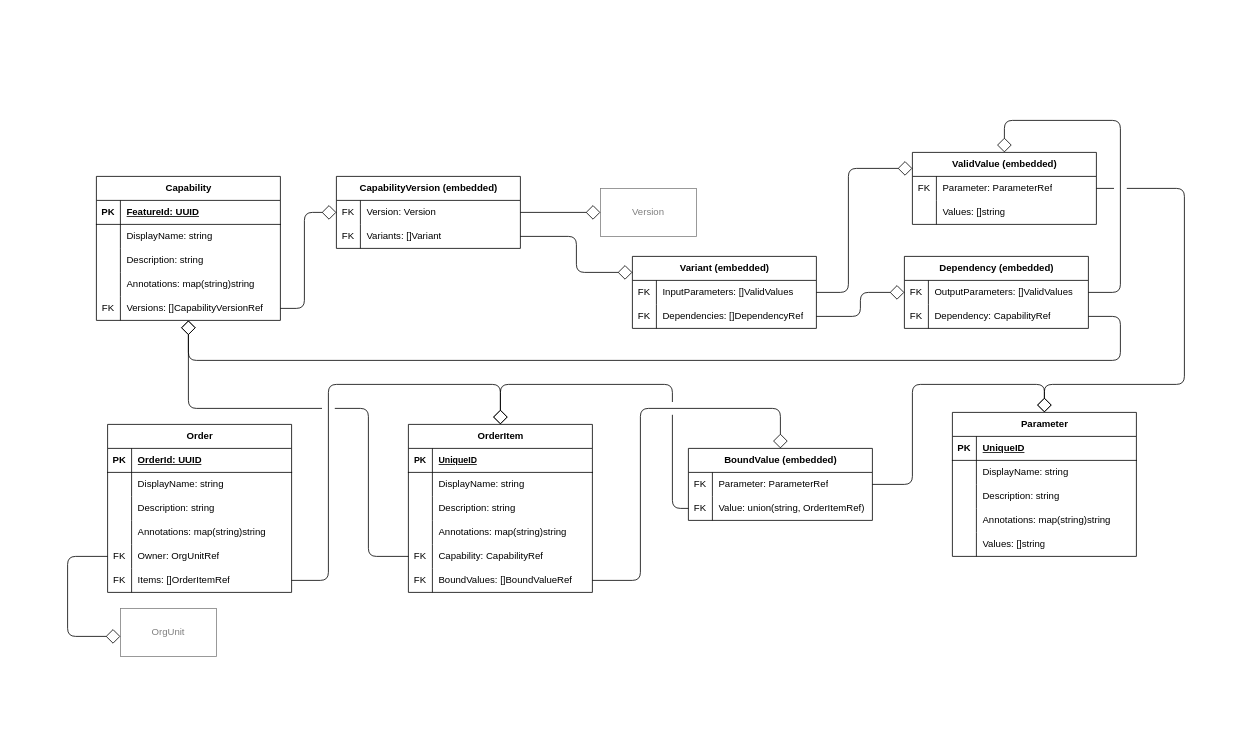
Earlier version of the draw.io diagram page "P3: Capabilities" (5 of 10) of content/docs/example-mapping/images/entities.drawio (emeland-io/book). Source tidied: cells renumbered, new cells numbered last; positions are measured from the earlier drawing's top-left corner, leaving out a move shared by most shapes. Both pictures are drawn from the tidied source at 80%, with x=0, y=0 at pixel (67, 120).
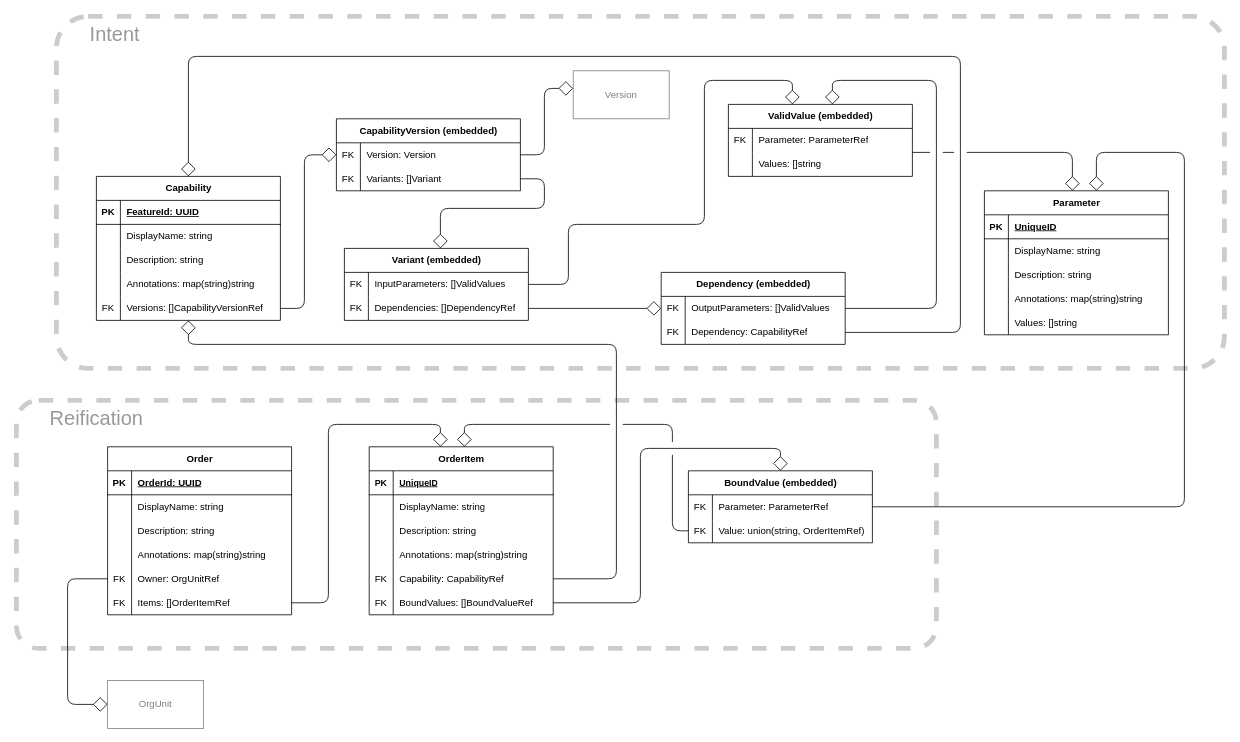
The same diagram, later.

Unchanged cells that the change refers to:
```xml
<mxCell id="2" value="Capability" style="shape=table;startSize=30;childLayout=tableLayout;rowLines=0;fontStyle=1;align=center;html=1;" parent="1" vertex="1">
  <mxGeometry x="36" y="70" width="230" height="180" as="geometry" />
</mxCell>
<mxCell id="15" style="shape=tableRow;horizontal=0;startSize=0;swimlaneHead=0;swimlaneBody=0;fillColor=none;points=[[0,0.5],[1,0.5]];portConstraint=eastwest;top=0;left=0;right=0;bottom=0;" parent="2" vertex="1">
  <mxGeometry y="150" width="230" height="30" as="geometry" />
</mxCell>
<mxCell id="35" style="shape=tableRow;horizontal=0;startSize=0;swimlaneHead=0;swimlaneBody=0;fillColor=none;points=[[0,0.5],[1,0.5]];portConstraint=eastwest;top=0;left=0;right=0;bottom=0;" parent="34" vertex="1">
  <mxGeometry y="30" width="230" height="30" as="geometry" />
</mxCell>
<mxCell id="38" style="shape=tableRow;horizontal=0;startSize=0;swimlaneHead=0;swimlaneBody=0;fillColor=none;points=[[0,0.5],[1,0.5]];portConstraint=eastwest;top=0;left=0;right=0;bottom=0;" parent="34" vertex="1">
  <mxGeometry y="60" width="230" height="30" as="geometry" />
</mxCell>
<mxCell id="42" style="shape=tableRow;horizontal=0;startSize=0;swimlaneHead=0;swimlaneBody=0;fillColor=none;points=[[0,0.5],[1,0.5]];portConstraint=eastwest;top=0;left=0;right=0;bottom=0;" parent="41" vertex="1">
  <mxGeometry y="30" width="230" height="30" as="geometry" />
</mxCell>
<mxCell id="52" style="shape=tableRow;horizontal=0;startSize=0;swimlaneHead=0;swimlaneBody=0;fillColor=none;points=[[0,0.5],[1,0.5]];portConstraint=eastwest;top=0;left=0;right=0;bottom=0;" parent="51" vertex="1">
  <mxGeometry y="30" width="230" height="30" as="geometry" />
</mxCell>
<mxCell id="60" style="shape=tableRow;horizontal=0;startSize=0;swimlaneHead=0;swimlaneBody=0;fillColor=none;points=[[0,0.5],[1,0.5]];portConstraint=eastwest;top=0;left=0;right=0;bottom=0;" parent="59" vertex="1">
  <mxGeometry y="30" width="230" height="30" as="geometry" />
</mxCell>
<mxCell id="63" style="shape=tableRow;horizontal=0;startSize=0;swimlaneHead=0;swimlaneBody=0;fillColor=none;points=[[0,0.5],[1,0.5]];portConstraint=eastwest;top=0;left=0;right=0;bottom=0;" parent="59" vertex="1">
  <mxGeometry y="60" width="230" height="30" as="geometry" />
</mxCell>
<mxCell id="90" style="shape=tableRow;horizontal=0;startSize=0;swimlaneHead=0;swimlaneBody=0;fillColor=none;points=[[0,0.5],[1,0.5]];portConstraint=eastwest;top=0;left=0;right=0;bottom=0;" parent="77" vertex="1">
  <mxGeometry y="150" width="230" height="30" as="geometry" />
</mxCell>
<mxCell id="93" style="shape=tableRow;horizontal=0;startSize=0;swimlaneHead=0;swimlaneBody=0;fillColor=none;points=[[0,0.5],[1,0.5]];portConstraint=eastwest;top=0;left=0;right=0;bottom=0;" parent="77" vertex="1">
  <mxGeometry y="180" width="230" height="30" as="geometry" />
</mxCell>
<mxCell id="110" style="shape=tableRow;horizontal=0;startSize=0;swimlaneHead=0;swimlaneBody=0;fillColor=none;points=[[0,0.5],[1,0.5]];portConstraint=eastwest;top=0;left=0;right=0;bottom=0;" parent="97" vertex="1">
  <mxGeometry y="150" width="230" height="30" as="geometry" />
</mxCell>
<mxCell id="113" style="shape=tableRow;horizontal=0;startSize=0;swimlaneHead=0;swimlaneBody=0;fillColor=none;points=[[0,0.5],[1,0.5]];portConstraint=eastwest;top=0;left=0;right=0;bottom=0;" parent="97" vertex="1">
  <mxGeometry y="180" width="230" height="30" as="geometry" />
</mxCell>
```

Change to the diagram source:
```diff
@@
+    <mxCell id="123" value="&lt;font style=&quot;font-size: 25px;&quot;&gt;Reification&lt;/font&gt;" style="rounded=1;whiteSpace=wrap;html=1;strokeColor=default;fillColor=none;dashed=1;strokeWidth=6;opacity=20;align=left;verticalAlign=top;spacingLeft=40;arcSize=9;labelBorderColor=none;textOpacity=40;" parent="1" vertex="1">
+      <mxGeometry x="-64" y="350" width="1150" height="310" as="geometry" />
+    </mxCell>
@@
     <mxCell id="18" value="Parameter" style="shape=table;startSize=30;childLayout=tableLayout;rowLines=0;fontStyle=1;align=center;html=1;" parent="1" vertex="1">
-      <mxGeometry x="1106" y="365" width="230" height="180" as="geometry" />
+      <mxGeometry x="1146" y="88" width="230" height="180" as="geometry" />
     </mxCell>
@@
     <mxCell id="34" value="CapabilityVersion (embedded)" style="shape=table;startSize=30;childLayout=tableLayout;rowLines=0;fontStyle=1;align=center;html=1;" parent="1" vertex="1">
-      <mxGeometry x="336" y="70" width="230" height="90" as="geometry" />
+      <mxGeometry x="336" y="-2" width="230" height="90" as="geometry" />
     </mxCell>
@@
     <mxCell id="41" value="Variant (embedded)" style="shape=table;startSize=30;childLayout=tableLayout;rowLines=0;fontStyle=1;align=center;html=1;" parent="1" vertex="1">
-      <mxGeometry x="706" y="170" width="230" height="90" as="geometry" />
+      <mxGeometry x="346" y="160" width="230" height="90" as="geometry" />
     </mxCell>
@@
     <mxCell id="48" style="edgeStyle=orthogonalEdgeStyle;html=1;endArrow=diamond;endFill=0;endSize=16;startSize=16;jumpSize=16;jumpStyle=gap;" parent="1" edge="1" source="35" target="122">
-      <mxGeometry relative="1" as="geometry" />
+      <mxGeometry relative="1" as="geometry">
+        <Array as="points">
+          <mxPoint x="596" y="43" />
+          <mxPoint x="596" y="-40" />
+        </Array>
+      </mxGeometry>
     </mxCell>
     <mxCell id="49" style="edgeStyle=orthogonalEdgeStyle;shape=connector;rounded=1;jumpStyle=gap;jumpSize=16;html=1;strokeColor=default;align=center;verticalAlign=middle;fontFamily=Helvetica;fontSize=11;fontColor=default;labelBackgroundColor=default;startSize=16;endArrow=diamond;endFill=0;endSize=16;" parent="1" edge="1" source="15" target="34">
       <mxGeometry relative="1" as="geometry">
         <Array as="points">
           <mxPoint x="296" y="235" />
-          <mxPoint x="296" y="115" />
+          <mxPoint x="296" y="43" />
         </Array>
       </mxGeometry>
     </mxCell>
     <mxCell id="50" style="edgeStyle=orthogonalEdgeStyle;shape=connector;rounded=1;jumpStyle=gap;jumpSize=16;html=1;strokeColor=default;align=center;verticalAlign=middle;fontFamily=Helvetica;fontSize=11;fontColor=default;labelBackgroundColor=default;startSize=16;endArrow=diamond;endFill=0;endSize=16;" parent="1" edge="1" source="38" target="41">
       <mxGeometry relative="1" as="geometry">
         <Array as="points">
-          <mxPoint x="636" y="145" />
-          <mxPoint x="636" y="190" />
+          <mxPoint x="596" y="73" />
+          <mxPoint x="596" y="110" />
+          <mxPoint x="466" y="110" />
         </Array>
       </mxGeometry>
     </mxCell>
     <mxCell id="51" value="ValidValue (embedded)" style="shape=table;startSize=30;childLayout=tableLayout;rowLines=0;fontStyle=1;align=center;html=1;" parent="1" vertex="1">
-      <mxGeometry x="1056" y="40" width="230" height="90" as="geometry" />
+      <mxGeometry x="826" y="-20" width="230" height="90" as="geometry" />
     </mxCell>
@@
     <mxCell id="58" style="edgeStyle=orthogonalEdgeStyle;shape=connector;rounded=1;jumpStyle=gap;jumpSize=16;html=1;strokeColor=default;align=center;verticalAlign=middle;fontFamily=Helvetica;fontSize=11;fontColor=default;labelBackgroundColor=default;startSize=16;endArrow=diamond;endFill=0;endSize=16;" parent="1" edge="1" source="42" target="51">
       <mxGeometry relative="1" as="geometry">
         <Array as="points">
-          <mxPoint x="976" y="215" />
-          <mxPoint x="976" y="60" />
+          <mxPoint x="626" y="205" />
+          <mxPoint x="626" y="130" />
+          <mxPoint x="796" y="130" />
+          <mxPoint x="796" y="-50" />
+          <mxPoint x="906" y="-50" />
         </Array>
       </mxGeometry>
     </mxCell>
     <mxCell id="59" value="Dependency (embedded)" style="shape=table;startSize=30;childLayout=tableLayout;rowLines=0;fontStyle=1;align=center;html=1;" parent="1" vertex="1">
-      <mxGeometry x="1046" y="170" width="230" height="90" as="geometry" />
+      <mxGeometry x="742" y="190" width="230" height="90" as="geometry" />
     </mxCell>
@@
     <mxCell id="66" style="edgeStyle=orthogonalEdgeStyle;shape=connector;rounded=1;jumpStyle=gap;jumpSize=16;html=1;strokeColor=default;align=center;verticalAlign=middle;fontFamily=Helvetica;fontSize=11;fontColor=default;labelBackgroundColor=default;startSize=16;endArrow=diamond;endFill=0;endSize=16;" parent="1" edge="1" source="63" target="2">
       <mxGeometry relative="1" as="geometry">
         <Array as="points">
-          <mxPoint x="1316" y="245" />
-          <mxPoint x="1316" y="300" />
-          <mxPoint x="151" y="300" />
+          <mxPoint x="1116" y="265" />
+          <mxPoint x="1116" y="-80" />
+          <mxPoint x="151" y="-80" />
         </Array>
       </mxGeometry>
     </mxCell>
@@
     <mxCell id="68" style="edgeStyle=orthogonalEdgeStyle;shape=connector;rounded=1;jumpStyle=gap;jumpSize=16;html=1;strokeColor=default;align=center;verticalAlign=middle;fontFamily=Helvetica;fontSize=11;fontColor=default;labelBackgroundColor=default;startSize=16;endArrow=diamond;endFill=0;endSize=16;" parent="1" edge="1" source="60" target="51">
       <mxGeometry relative="1" as="geometry">
         <Array as="points">
-          <mxPoint x="1316" y="215" />
-          <mxPoint x="1316" />
-          <mxPoint x="1171" />
+          <mxPoint x="1086" y="235" />
+          <mxPoint x="1086" y="-50" />
+          <mxPoint x="956" y="-50" />
         </Array>
       </mxGeometry>
     </mxCell>
     <mxCell id="69" style="edgeStyle=orthogonalEdgeStyle;shape=connector;rounded=1;jumpStyle=gap;jumpSize=16;html=1;strokeColor=default;align=center;verticalAlign=middle;fontFamily=Helvetica;fontSize=11;fontColor=default;labelBackgroundColor=default;startSize=16;endArrow=diamond;endFill=0;endSize=16;" parent="1" edge="1" source="52" target="18">
       <mxGeometry relative="1" as="geometry">
         <Array as="points">
-          <mxPoint x="1396" y="85" />
-          <mxPoint x="1396" y="330" />
-          <mxPoint x="1221" y="330" />
+          <mxPoint x="1256" y="40" />
         </Array>
       </mxGeometry>
     </mxCell>
     <mxCell id="70" value="BoundValue (embedded)" style="shape=table;startSize=30;childLayout=tableLayout;rowLines=0;fontStyle=1;align=center;html=1;" parent="1" vertex="1">
-      <mxGeometry x="776" y="410" width="230" height="90" as="geometry" />
+      <mxGeometry x="776" y="438" width="230" height="90" as="geometry" />
     </mxCell>
     <mxCell id="71" style="shape=tableRow;horizontal=0;startSize=0;swimlaneHead=0;swimlaneBody=0;fillColor=none;points=[[0,0.5],[1,0.5]];portConstraint=eastwest;top=0;left=0;right=0;bottom=0;" parent="70" vertex="1">
-      <mxGeometry y="30" width="230" height="30" as="geometry" />
+      <mxGeometry y="30" width="230" height="32" as="geometry" />
     </mxCell>
     <mxCell id="72" value="FK" style="shape=partialRectangle;fillColor=none;top=0;left=0;bottom=0;right=0;overflow=hidden;whiteSpace=wrap;html=1;" parent="71" vertex="1">
-      <mxGeometry width="30" height="30" as="geometry" />
+      <mxGeometry width="30" height="32" as="geometry" />
     </mxCell>
     <mxCell id="73" value="Parameter: ParameterRef" style="shape=partialRectangle;fillColor=none;top=0;left=0;bottom=0;right=0;align=left;spacingLeft=6;overflow=hidden;whiteSpace=wrap;html=1;" parent="71" vertex="1">
-      <mxGeometry x="30" width="200" height="30" as="geometry" />
+      <mxGeometry x="30" width="200" height="32" as="geometry" />
     </mxCell>
     <mxCell id="74" style="shape=tableRow;horizontal=0;startSize=0;swimlaneHead=0;swimlaneBody=0;fillColor=none;points=[[0,0.5],[1,0.5]];portConstraint=eastwest;top=0;left=0;right=0;bottom=0;" parent="70" vertex="1">
-      <mxGeometry y="60" width="230" height="30" as="geometry" />
+      <mxGeometry y="62" width="230" height="28" as="geometry" />
     </mxCell>
     <mxCell id="75" value="FK" style="shape=partialRectangle;fillColor=none;top=0;left=0;bottom=0;right=0;overflow=hidden;whiteSpace=wrap;html=1;" parent="74" vertex="1">
-      <mxGeometry width="30" height="30" as="geometry" />
+      <mxGeometry width="30" height="28" as="geometry" />
     </mxCell>
     <mxCell id="76" value="Value: union(string, OrderItemRef)" style="shape=partialRectangle;fillColor=none;top=0;left=0;bottom=0;right=0;align=left;spacingLeft=6;overflow=hidden;whiteSpace=wrap;html=1;" parent="74" vertex="1">
-      <mxGeometry x="30" width="200" height="30" as="geometry" />
+      <mxGeometry x="30" width="200" height="28" as="geometry" />
     </mxCell>
     <mxCell id="77" value="Order" style="shape=table;startSize=30;childLayout=tableLayout;rowLines=0;fontStyle=1;align=center;html=1;" parent="1" vertex="1">
-      <mxGeometry x="50" y="380" width="230" height="210" as="geometry" />
+      <mxGeometry x="50" y="408" width="230" height="210" as="geometry" />
     </mxCell>
@@
     <mxCell id="96" style="edgeStyle=orthogonalEdgeStyle;shape=connector;rounded=1;jumpStyle=gap;jumpSize=16;html=1;strokeColor=default;align=center;verticalAlign=middle;fontFamily=Helvetica;fontSize=11;fontColor=default;labelBackgroundColor=default;startSize=16;endArrow=diamond;endFill=0;endSize=16;" parent="1" edge="1" source="90" target="121">
       <mxGeometry relative="1" as="geometry">
         <Array as="points">
-          <mxPoint y="545" />
-          <mxPoint y="645" />
+          <mxPoint y="573" />
+          <mxPoint y="730" />
         </Array>
       </mxGeometry>
     </mxCell>
     <mxCell id="97" value="OrderItem" style="shape=table;startSize=30;childLayout=tableLayout;rowLines=0;fontStyle=1;align=center;html=1;" parent="1" vertex="1">
-      <mxGeometry x="426" y="380" width="230" height="210" as="geometry" />
+      <mxGeometry x="377" y="408" width="230" height="210" as="geometry" />
     </mxCell>
@@
     <mxCell id="116" style="edgeStyle=orthogonalEdgeStyle;shape=connector;rounded=1;jumpStyle=gap;jumpSize=16;html=1;strokeColor=default;align=center;verticalAlign=middle;fontFamily=Helvetica;fontSize=11;fontColor=default;labelBackgroundColor=default;startSize=16;endArrow=diamond;endFill=0;endSize=16;" parent="1" edge="1" source="93" target="97">
       <mxGeometry relative="1" as="geometry">
         <Array as="points">
-          <mxPoint x="326" y="575" />
-          <mxPoint x="326" y="330" />
-          <mxPoint x="541" y="330" />
+          <mxPoint x="326" y="603" />
+          <mxPoint x="326" y="380" />
+          <mxPoint x="466" y="380" />
         </Array>
       </mxGeometry>
     </mxCell>
     <mxCell id="117" style="edgeStyle=orthogonalEdgeStyle;shape=connector;rounded=1;jumpStyle=gap;jumpSize=16;html=1;strokeColor=default;align=center;verticalAlign=middle;fontFamily=Helvetica;fontSize=11;fontColor=default;labelBackgroundColor=default;startSize=16;endArrow=diamond;endFill=0;endSize=16;" parent="1" edge="1" source="110" target="2">
       <mxGeometry relative="1" as="geometry">
         <Array as="points">
-          <mxPoint x="376" y="545" />
-          <mxPoint x="376" y="360" />
-          <mxPoint x="151" y="360" />
+          <mxPoint x="686" y="573" />
+          <mxPoint x="686" y="280" />
+          <mxPoint x="151" y="280" />
         </Array>
       </mxGeometry>
     </mxCell>
     <mxCell id="118" style="edgeStyle=orthogonalEdgeStyle;shape=connector;rounded=1;jumpStyle=gap;jumpSize=16;html=1;strokeColor=default;align=center;verticalAlign=middle;fontFamily=Helvetica;fontSize=11;fontColor=default;labelBackgroundColor=default;startSize=16;endArrow=diamond;endFill=0;endSize=16;" parent="1" edge="1" source="71" target="18">
       <mxGeometry relative="1" as="geometry">
         <Array as="points">
-          <mxPoint x="1056" y="455" />
-          <mxPoint x="1056" y="330" />
-          <mxPoint x="1221" y="330" />
+          <mxPoint x="1396" y="483" />
+          <mxPoint x="1396" y="40" />
+          <mxPoint x="1286" y="40" />
         </Array>
       </mxGeometry>
     </mxCell>
     <mxCell id="119" style="edgeStyle=orthogonalEdgeStyle;shape=connector;rounded=1;jumpStyle=gap;jumpSize=16;html=1;strokeColor=default;align=center;verticalAlign=middle;fontFamily=Helvetica;fontSize=11;fontColor=default;labelBackgroundColor=default;startSize=16;endArrow=diamond;endFill=0;endSize=16;" parent="1" edge="1" source="113" target="70">
       <mxGeometry relative="1" as="geometry">
         <Array as="points">
-          <mxPoint x="716" y="575" />
-          <mxPoint x="716" y="360" />
-          <mxPoint x="891" y="360" />
+          <mxPoint x="716" y="603" />
+          <mxPoint x="716" y="410" />
+          <mxPoint x="891" y="410" />
         </Array>
       </mxGeometry>
     </mxCell>
     <mxCell id="120" style="edgeStyle=orthogonalEdgeStyle;shape=connector;rounded=1;jumpStyle=gap;jumpSize=16;html=1;strokeColor=default;align=center;verticalAlign=middle;fontFamily=Helvetica;fontSize=11;fontColor=default;labelBackgroundColor=default;startSize=16;endArrow=diamond;endFill=0;endSize=16;" parent="1" edge="1" source="74" target="97">
       <mxGeometry relative="1" as="geometry">
         <Array as="points">
-          <mxPoint x="756" y="485" />
-          <mxPoint x="756" y="330" />
-          <mxPoint x="541" y="330" />
+          <mxPoint x="756" y="513" />
+          <mxPoint x="756" y="380" />
+          <mxPoint x="496" y="380" />
         </Array>
       </mxGeometry>
     </mxCell>
     <mxCell id="121" value="OrgUnit" style="rounded=0;whiteSpace=wrap;html=1;textOpacity=50;opacity=50;" parent="1" vertex="1">
-      <mxGeometry x="66" y="610" width="120" height="60" as="geometry" />
+      <mxGeometry x="50" y="700" width="120" height="60" as="geometry" />
     </mxCell>
     <mxCell id="122" value="Version" style="rounded=0;whiteSpace=wrap;html=1;opacity=50;textOpacity=50;" parent="1" vertex="1">
-      <mxGeometry x="666" y="85" width="120" height="60" as="geometry" />
+      <mxGeometry x="632" y="-62" width="120" height="60" as="geometry" />
     </mxCell>
+    <mxCell id="124" value="&lt;font style=&quot;font-size: 25px;&quot;&gt;Intent&lt;/font&gt;" style="rounded=1;whiteSpace=wrap;html=1;strokeColor=default;fillColor=none;dashed=1;strokeWidth=6;opacity=20;align=left;verticalAlign=top;spacingLeft=40;arcSize=9;labelBorderColor=none;textOpacity=40;" parent="1" vertex="1">
+      <mxGeometry x="-14" y="-130" width="1460" height="440" as="geometry" />
+    </mxCell>
```
